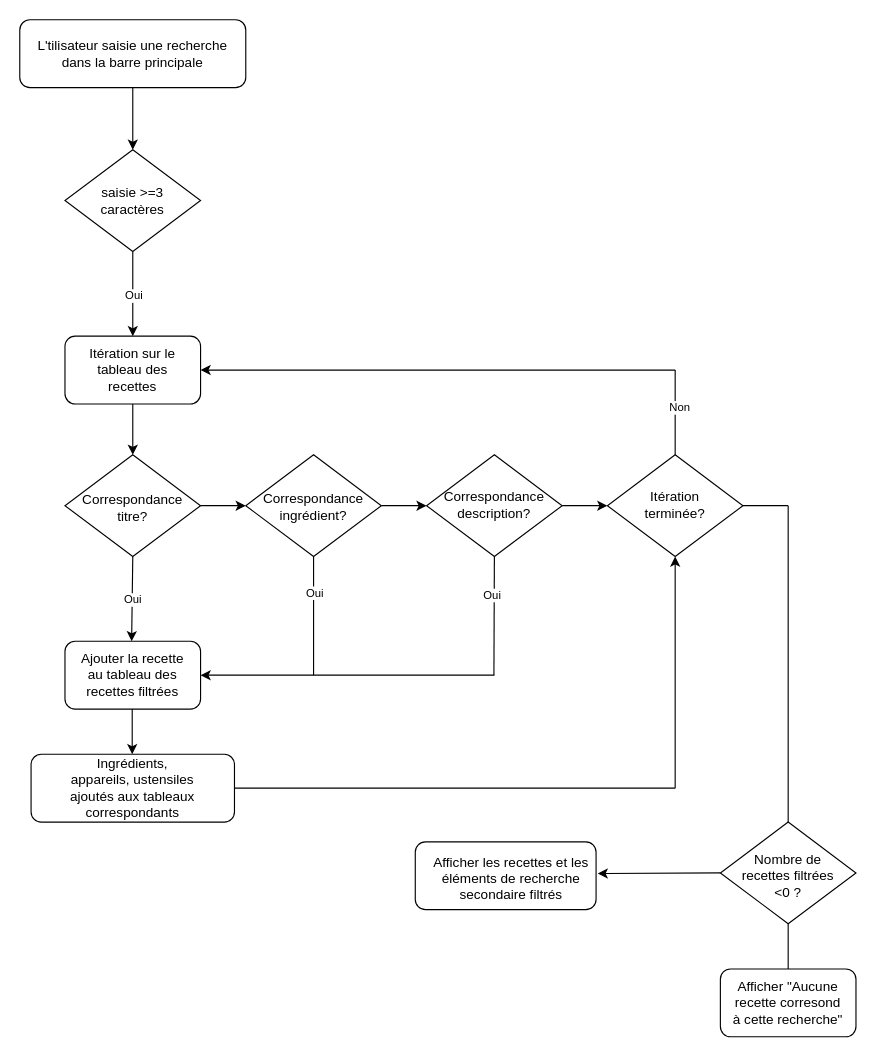
This is draw.drawio from SAMIYAghb/LesPetitsPlats, a draw.io file, before an edit. Source tidied: cells renumbered, new cells numbered last; positions are measured from the earlier drawing's top-left corner, leaving out a move shared by most shapes. Both pictures are drawn from the tidied source at 113%, with x=0, y=0 at pixel (19, 19).
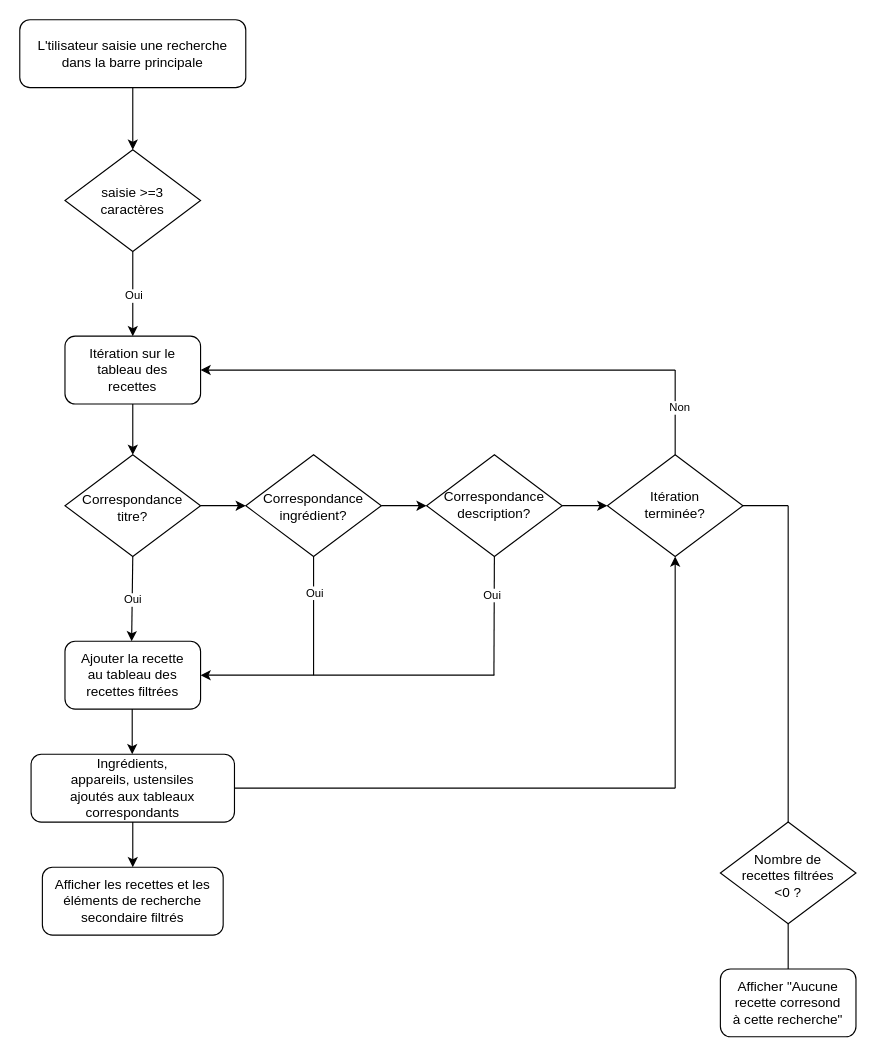
Above is the later version.

The change refers to these unchanged cells:
```xml
<mxCell id="19" style="rounded=1;whiteSpace=wrap;html=1;strokeWidth=1;fontSize=9;" parent="1" vertex="1">
  <mxGeometry x="10" y="650" width="180" height="60" as="geometry" />
</mxCell>
<mxCell id="35" style="rhombus;whiteSpace=wrap;html=1;" parent="1" vertex="1">
  <mxGeometry x="620" y="710" width="120" height="90" as="geometry" />
</mxCell>
```

Diff of the diagram source:
```diff
@@
     <mxCell id="41" style="rounded=1;whiteSpace=wrap;html=1;strokeWidth=1;fontSize=9;" parent="1" vertex="1">
-      <mxGeometry x="350" y="727.5" width="160" height="60" as="geometry" />
+      <mxGeometry x="20" y="750" width="160" height="60" as="geometry" />
     </mxCell>
     <mxCell id="42" value="&lt;font style=&quot;font-size: 12px;&quot;&gt;Afficher les recettes et les éléments de recherche secondaire filtrés&lt;br&gt;&lt;/font&gt;" style="text;html=1;strokeColor=none;fillColor=none;align=center;verticalAlign=middle;whiteSpace=wrap;rounded=0;strokeWidth=1;" parent="1" vertex="1">
-      <mxGeometry x="360" y="740" width="150" height="40" as="geometry" />
+      <mxGeometry x="25" y="760" width="150" height="40" as="geometry" />
     </mxCell>
-    <mxCell id="43" style="endArrow=classic;html=1;fontSize=12;entryX=1.009;entryY=0.467;entryDx=0;entryDy=0;exitX=0;exitY=0.5;exitDx=0;exitDy=0;entryPerimeter=0;" parent="1" edge="1" source="35" target="41">
+    <mxCell id="43" style="endArrow=classic;html=1;fontSize=12;entryX=0.5;entryY=0;entryDx=0;entryDy=0;exitX=0.5;exitY=1;exitDx=0;exitDy=0;" parent="1" edge="1" source="19" target="41">
       <mxGeometry relative="1" as="geometry" />
     </mxCell>
```
